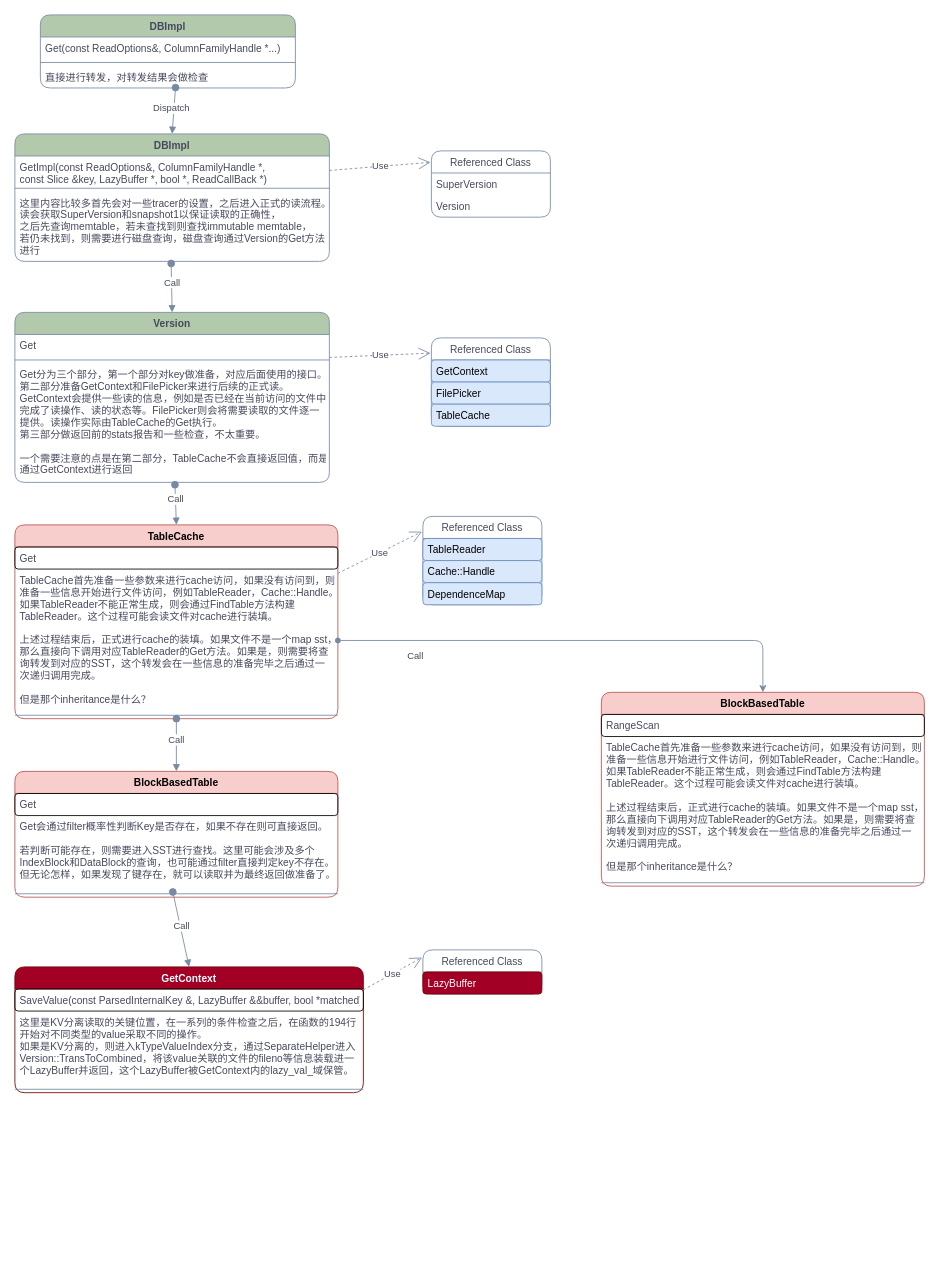
Before: page "Page-1" (1 of 2) of terarkDB.drawio in Dicridon/drawio, a draw.io diagram. Source tidied: cells renumbered, new cells numbered last; positions are measured from the earlier drawing's top-left corner, leaving out a move shared by most shapes. Both pictures are drawn from the tidied source at 85%, with x=0, y=0 at pixel (14, 14).
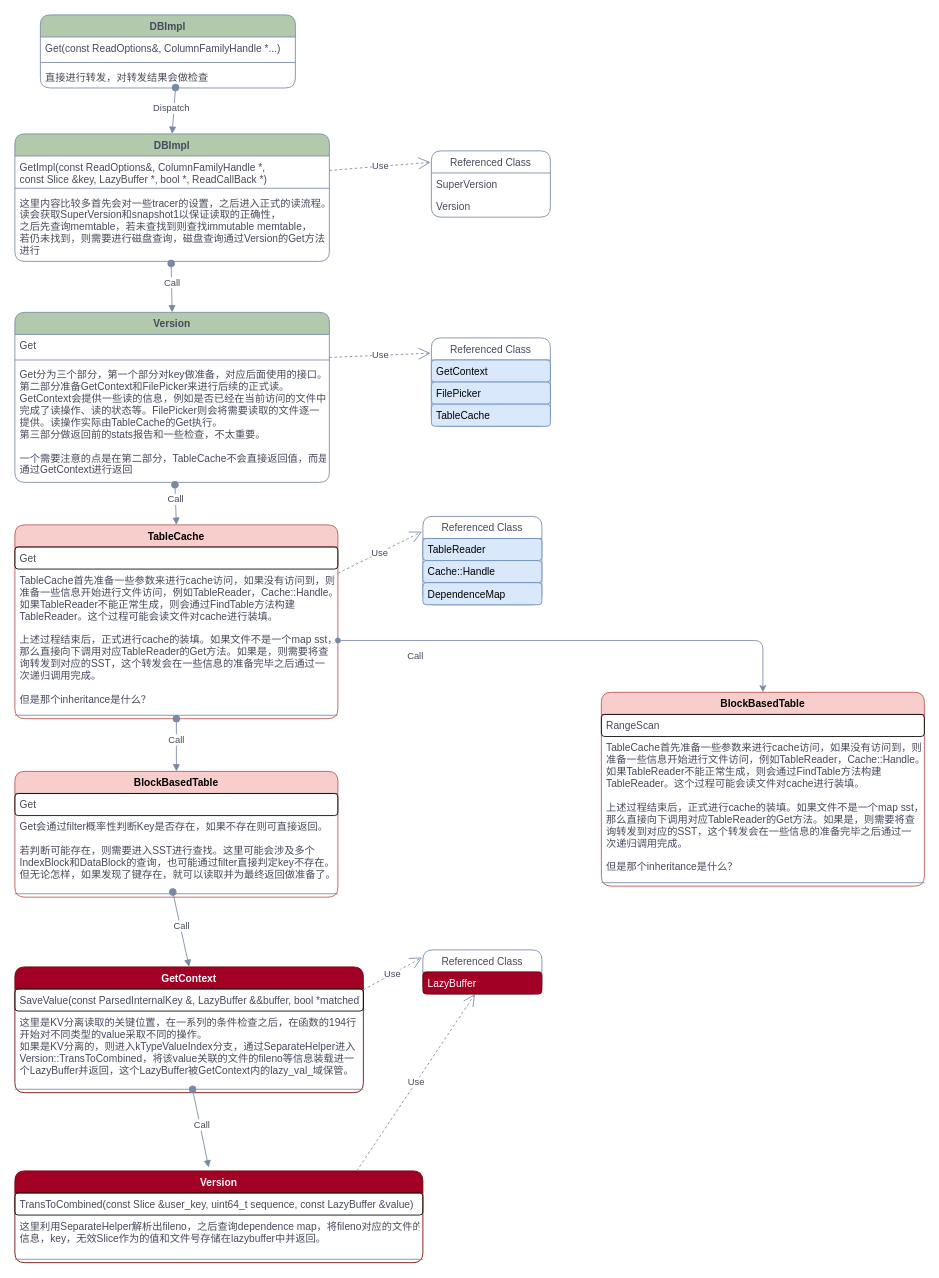
The same page after the edit.

Commit message:
完善了流程

The change refers to these unchanged cells:
```xml
<mxCell id="49" style="line;strokeWidth=1;fillColor=none;align=left;verticalAlign=middle;spacingTop=-1;spacingLeft=3;spacingRight=3;labelPosition=right;points=[];portConstraint=eastwest;strokeColor=#788AA3;fontColor=#46495D;rounded=1;" parent="46" vertex="1">
  <mxGeometry y="140" width="410" height="8" as="geometry" />
</mxCell>
<mxCell id="52" value="LazyBuffer" style="text;strokeColor=#6F0000;fillColor=#a20025;align=left;verticalAlign=top;spacingLeft=4;spacingRight=4;overflow=hidden;points=[[0,0.5],[1,0.5]];portConstraint=eastwest;rounded=1;labelBackgroundColor=none;fontColor=#ffffff;" parent="51" vertex="1">
  <mxGeometry y="26" width="140" height="26" as="geometry" />
</mxCell>
```

What changed in the source:
```diff
@@
+    <mxCell id="54" value="Version" style="swimlane;fontStyle=1;align=center;verticalAlign=top;horizontal=1;startSize=26;fillColor=#a20025;strokeColor=#6F0000;rounded=1;fontColor=#ffffff;" parent="1" vertex="1">
+      <mxGeometry y="1360" width="480" height="108" as="geometry" />
+    </mxCell>
+    <mxCell id="55" value="TransToCombined(const Slice &amp;user_key, uint64_t sequence, const LazyBuffer &amp;value)" style="text;strokeColor=default;fillColor=none;align=left;verticalAlign=top;spacingLeft=4;spacingRight=4;overflow=hidden;fontColor=#46495D;rounded=1;" parent="54" vertex="1">
+      <mxGeometry y="26" width="480" height="26" as="geometry" />
+    </mxCell>
+    <mxCell id="56" value="这里利用SeparateHelper解析出fileno，之后查询dependence map，将fileno对应的文件的&#10;信息，key，无效Slice作为的值和文件号存储在lazybuffer中并返回。" style="text;strokeColor=none;fillColor=none;align=left;verticalAlign=top;spacingLeft=4;spacingRight=4;overflow=hidden;fontColor=#46495D;rounded=1;" parent="54" vertex="1">
+      <mxGeometry y="52" width="480" height="48" as="geometry" />
+    </mxCell>
+    <mxCell id="57" style="line;strokeWidth=1;fillColor=none;align=left;verticalAlign=middle;spacingTop=-1;spacingLeft=3;spacingRight=3;labelPosition=right;strokeColor=#788AA3;fontColor=#46495D;rounded=1;" parent="54" vertex="1">
+      <mxGeometry y="100" width="480" height="8" as="geometry" />
+    </mxCell>
+    <mxCell id="58" value="Use" style="endArrow=open;endSize=12;dashed=1;html=1;rounded=1;exitX=0.838;exitY=0;exitDx=0;exitDy=0;strokeColor=#788AA3;fontColor=#46495D;exitPerimeter=0;" parent="1" edge="1" source="54" target="52">
+      <mxGeometry relative="1" as="geometry" />
+    </mxCell>
+    <mxCell id="59" value="Call" style="html=1;verticalAlign=bottom;startArrow=oval;startFill=1;endArrow=block;startSize=8;rounded=1;entryX=0.475;entryY=-0.037;entryDx=0;entryDy=0;strokeColor=#788AA3;fontColor=#46495D;exitX=0.51;exitY=0.5;exitDx=0;exitDy=0;exitPerimeter=0;entryPerimeter=0;" parent="1" edge="1" source="49" target="54">
+      <mxGeometry x="0.11" relative="1" as="geometry" />
+    </mxCell>
```
